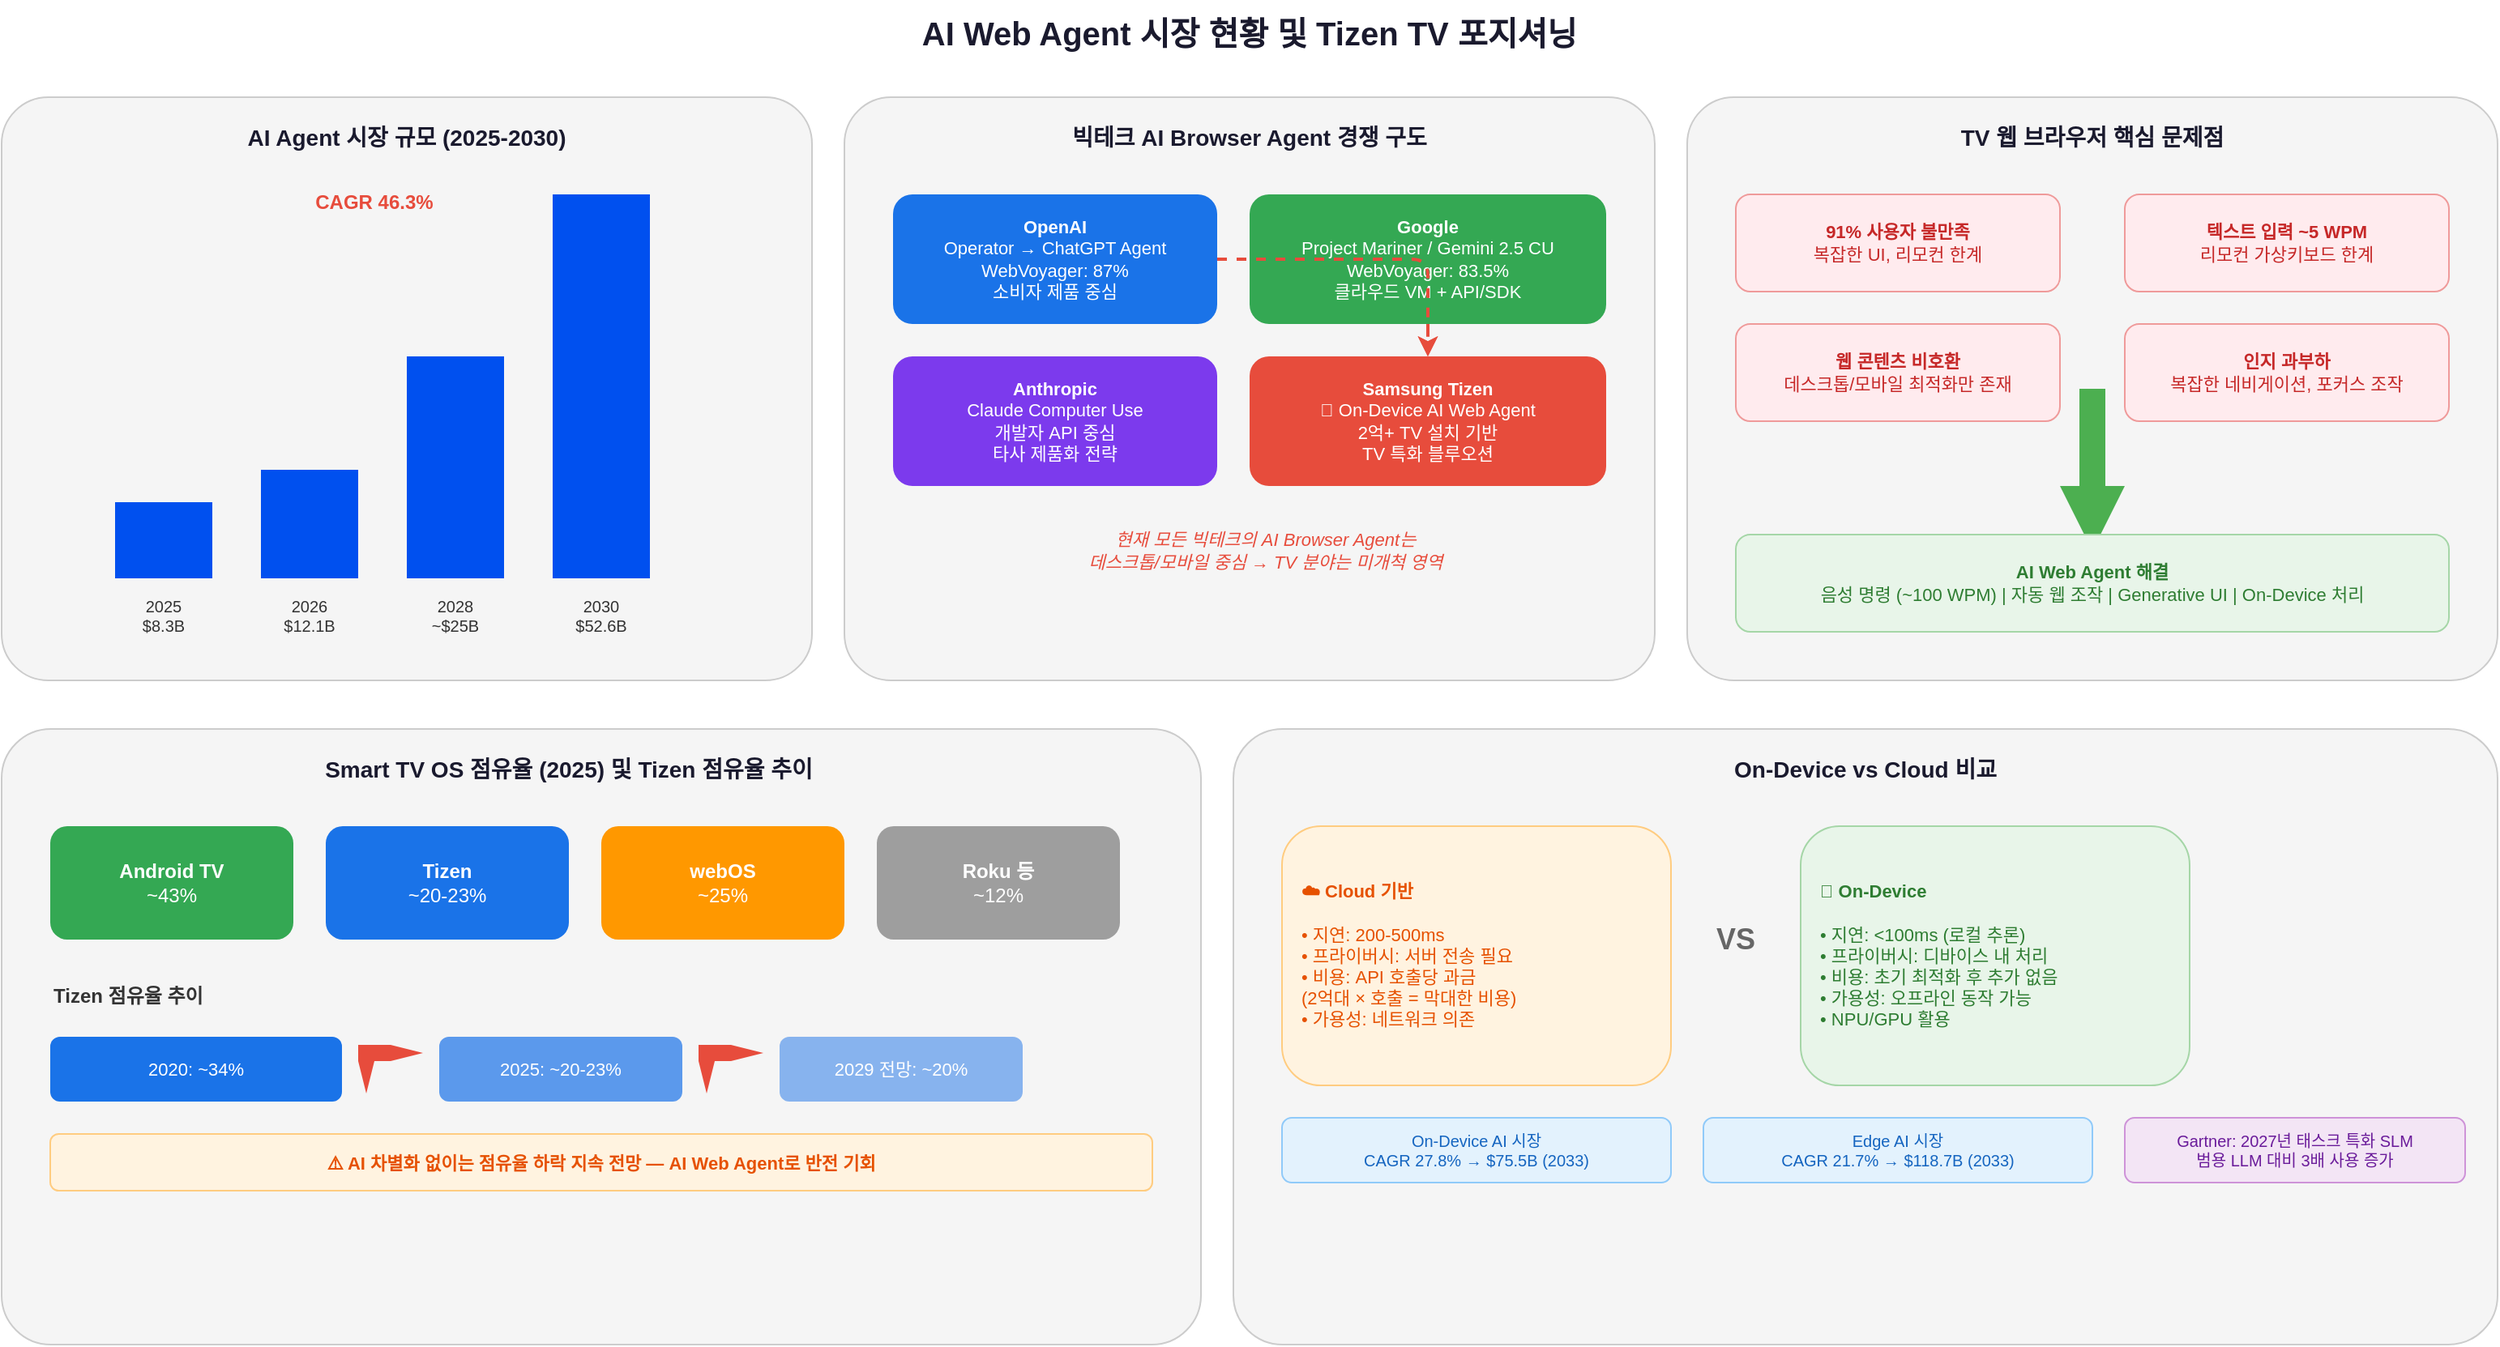
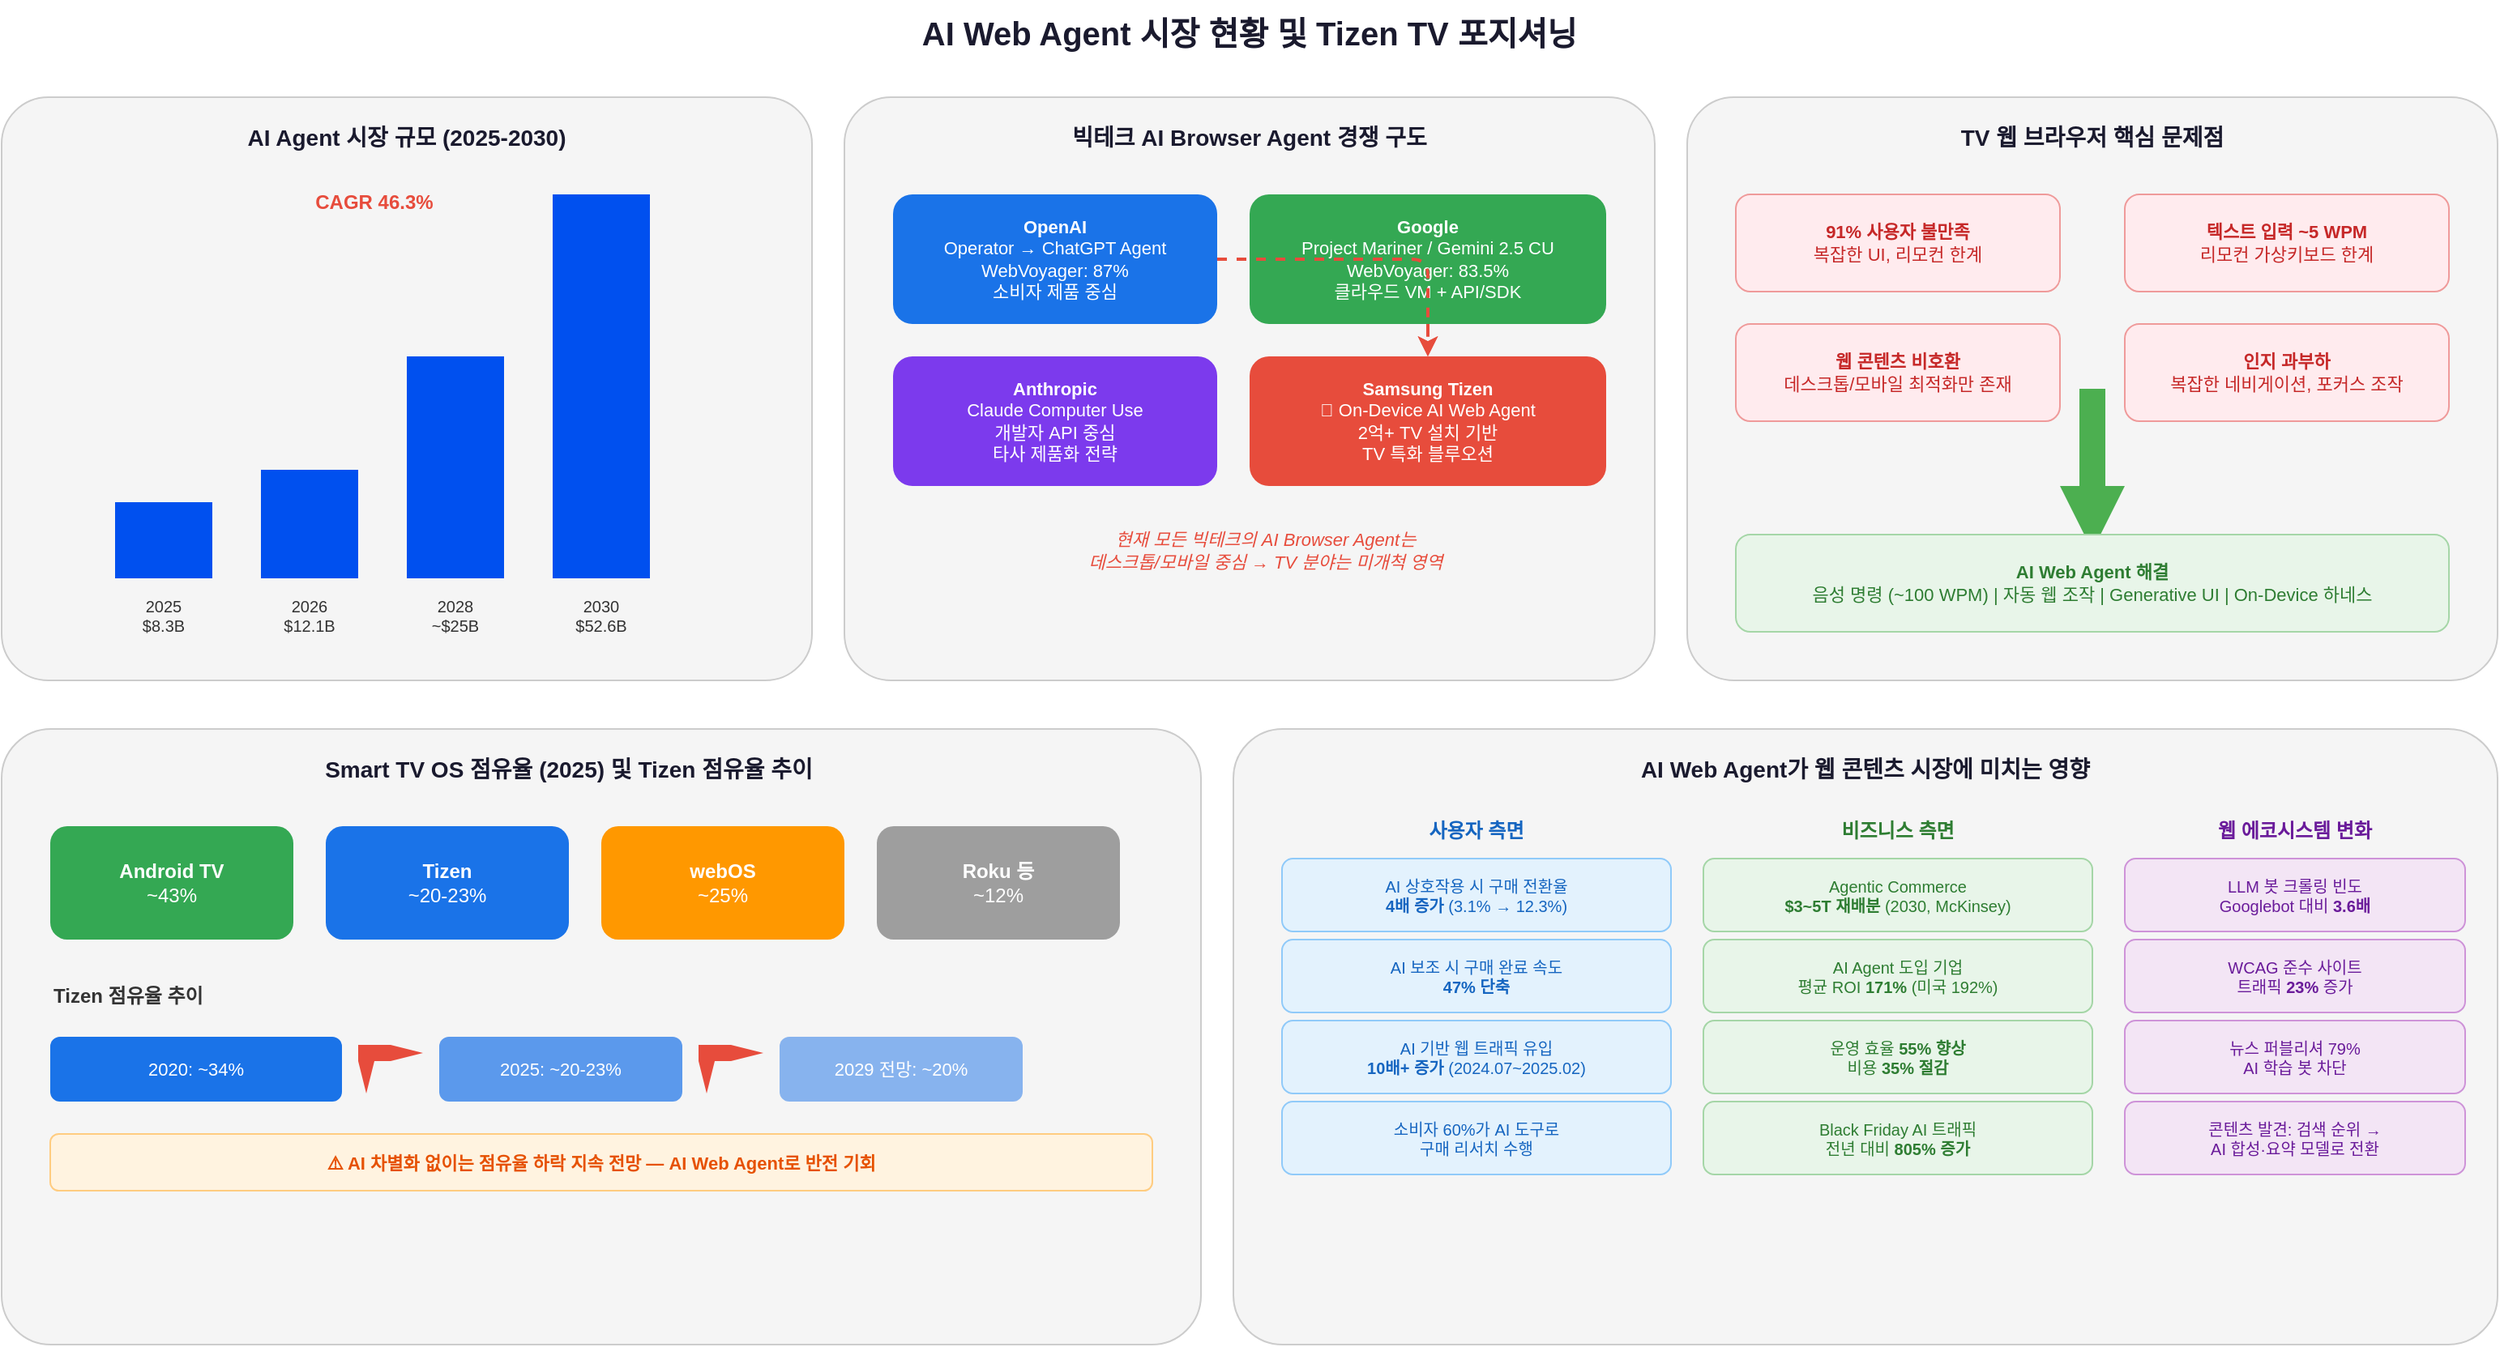
<?xml version="1.0" encoding="UTF-8"?>
<mxfile host="app.diagrams.net" modified="2026-04-16T00:00:00.000Z" agent="draw.io" version="24.0.0" type="device">
  <diagram id="market-landscape" name="AI Web Agent 시장 현황">
    <mxGraphModel dx="1422" dy="762" grid="1" gridSize="10" guides="1" tooltips="1" connect="1" arrows="1" fold="1" page="1" pageScale="1" pageWidth="1600" pageHeight="900" math="0" shadow="0">
      <root>
        <mxCell id="0"/>
        <mxCell id="1" parent="0"/>

        <!-- Title -->
        <mxCell id="title" value="AI Web Agent 시장 현황 및 Tizen TV 포지셔닝" style="text;html=1;strokeColor=none;fillColor=none;align=center;verticalAlign=middle;whiteSpace=wrap;fontSize=20;fontStyle=1;fontColor=#1a1a2e;" vertex="1" parent="1">
          <mxGeometry x="400" y="20" width="800" height="40" as="geometry"/>
        </mxCell>

        <!-- Section 1: AI Agent Market Growth -->
        <mxCell id="section1_bg" value="" style="rounded=1;whiteSpace=wrap;html=1;fillColor=#f5f5f5;strokeColor=#cccccc;arcSize=8;" vertex="1" parent="1">
          <mxGeometry x="30" y="80" width="500" height="360" as="geometry"/>
        </mxCell>
        <mxCell id="section1_title" value="AI Agent 시장 규모 (2025-2030)" style="text;html=1;strokeColor=none;fillColor=none;align=center;verticalAlign=middle;whiteSpace=wrap;fontSize=14;fontStyle=1;fontColor=#1a1a2e;" vertex="1" parent="1">
          <mxGeometry x="130" y="90" width="300" height="30" as="geometry"/>
        </mxCell>

        <!-- Bar chart representation -->
        <mxCell id="bar_2025" value="" style="rounded=0;whiteSpace=wrap;html=1;fillColor=#0050ef;fontColor=#ffffff;strokeColor=none;" vertex="1" parent="1">
          <mxGeometry x="100" y="330" width="60" height="47" as="geometry"/>
        </mxCell>
        <mxCell id="bar_2025_label" value="2025&#xa;$8.3B" style="text;html=1;strokeColor=none;fillColor=none;align=center;verticalAlign=middle;whiteSpace=wrap;fontSize=10;fontColor=#333333;" vertex="1" parent="1">
          <mxGeometry x="90" y="380" width="80" height="40" as="geometry"/>
        </mxCell>

        <mxCell id="bar_2026" value="" style="rounded=0;whiteSpace=wrap;html=1;fillColor=#0050ef;fontColor=#ffffff;strokeColor=none;" vertex="1" parent="1">
          <mxGeometry x="190" y="310" width="60" height="67" as="geometry"/>
        </mxCell>
        <mxCell id="bar_2026_label" value="2026&#xa;$12.1B" style="text;html=1;strokeColor=none;fillColor=none;align=center;verticalAlign=middle;whiteSpace=wrap;fontSize=10;fontColor=#333333;" vertex="1" parent="1">
          <mxGeometry x="180" y="380" width="80" height="40" as="geometry"/>
        </mxCell>

        <mxCell id="bar_2028" value="" style="rounded=0;whiteSpace=wrap;html=1;fillColor=#0050ef;fontColor=#ffffff;strokeColor=none;" vertex="1" parent="1">
          <mxGeometry x="280" y="240" width="60" height="137" as="geometry"/>
        </mxCell>
        <mxCell id="bar_2028_label" value="2028&#xa;~$25B" style="text;html=1;strokeColor=none;fillColor=none;align=center;verticalAlign=middle;whiteSpace=wrap;fontSize=10;fontColor=#333333;" vertex="1" parent="1">
          <mxGeometry x="270" y="380" width="80" height="40" as="geometry"/>
        </mxCell>

        <mxCell id="bar_2030" value="" style="rounded=0;whiteSpace=wrap;html=1;fillColor=#0050ef;fontColor=#ffffff;strokeColor=none;" vertex="1" parent="1">
          <mxGeometry x="370" y="140" width="60" height="237" as="geometry"/>
        </mxCell>
        <mxCell id="bar_2030_label" value="2030&#xa;$52.6B" style="text;html=1;strokeColor=none;fillColor=none;align=center;verticalAlign=middle;whiteSpace=wrap;fontSize=10;fontColor=#333333;" vertex="1" parent="1">
          <mxGeometry x="360" y="380" width="80" height="40" as="geometry"/>
        </mxCell>

        <mxCell id="cagr_label" value="CAGR 46.3%" style="text;html=1;strokeColor=none;fillColor=none;align=center;verticalAlign=middle;whiteSpace=wrap;fontSize=12;fontStyle=1;fontColor=#e74c3c;" vertex="1" parent="1">
          <mxGeometry x="200" y="130" width="120" height="30" as="geometry"/>
        </mxCell>

        <!-- Section 2: Big Tech Competition -->
        <mxCell id="section2_bg" value="" style="rounded=1;whiteSpace=wrap;html=1;fillColor=#f5f5f5;strokeColor=#cccccc;arcSize=8;" vertex="1" parent="1">
          <mxGeometry x="550" y="80" width="500" height="360" as="geometry"/>
        </mxCell>
        <mxCell id="section2_title" value="빅테크 AI Browser Agent 경쟁 구도" style="text;html=1;strokeColor=none;fillColor=none;align=center;verticalAlign=middle;whiteSpace=wrap;fontSize=14;fontStyle=1;fontColor=#1a1a2e;" vertex="1" parent="1">
          <mxGeometry x="650" y="90" width="300" height="30" as="geometry"/>
        </mxCell>

        <!-- OpenAI -->
        <mxCell id="openai" value="&lt;b&gt;OpenAI&lt;/b&gt;&#xa;Operator → ChatGPT Agent&#xa;WebVoyager: 87%&#xa;소비자 제품 중심" style="rounded=1;whiteSpace=wrap;html=1;fillColor=#1a73e8;fontColor=#ffffff;strokeColor=none;fontSize=11;align=center;" vertex="1" parent="1">
          <mxGeometry x="580" y="140" width="200" height="80" as="geometry"/>
        </mxCell>

        <!-- Google -->
        <mxCell id="google" value="&lt;b&gt;Google&lt;/b&gt;&#xa;Project Mariner / Gemini 2.5 CU&#xa;WebVoyager: 83.5%&#xa;클라우드 VM + API/SDK" style="rounded=1;whiteSpace=wrap;html=1;fillColor=#34a853;fontColor=#ffffff;strokeColor=none;fontSize=11;align=center;" vertex="1" parent="1">
          <mxGeometry x="800" y="140" width="220" height="80" as="geometry"/>
        </mxCell>

        <!-- Anthropic -->
        <mxCell id="anthropic" value="&lt;b&gt;Anthropic&lt;/b&gt;&#xa;Claude Computer Use&#xa;개발자 API 중심&#xa;타사 제품화 전략" style="rounded=1;whiteSpace=wrap;html=1;fillColor=#7c3aed;fontColor=#ffffff;strokeColor=none;fontSize=11;align=center;" vertex="1" parent="1">
          <mxGeometry x="580" y="240" width="200" height="80" as="geometry"/>
        </mxCell>

        <!-- Samsung/Tizen Opportunity -->
        <mxCell id="tizen_opp" value="&lt;b&gt;Samsung Tizen&lt;/b&gt;&#xa;🎯 On-Device AI Web Agent&#xa;2억+ TV 설치 기반&#xa;TV 특화 블루오션" style="rounded=1;whiteSpace=wrap;html=1;fillColor=#e74c3c;fontColor=#ffffff;strokeColor=none;fontSize=11;align=center;dashed=1;dashPattern=8 4;" vertex="1" parent="1">
          <mxGeometry x="800" y="240" width="220" height="80" as="geometry"/>
        </mxCell>

        <!-- Arrows showing opportunity -->
        <mxCell id="arrow1" style="edgeStyle=orthogonalEdgeStyle;rounded=1;orthogonalLoop=1;strokeColor=#e74c3c;strokeWidth=2;dashed=1;" edge="1" parent="1" source="openai" target="tizen_opp">
          <mxGeometry relative="1" as="geometry"/>
        </mxCell>
        <mxCell id="arrow2" style="edgeStyle=orthogonalEdgeStyle;rounded=1;orthogonalLoop=1;strokeColor=#e74c3c;strokeWidth=2;dashed=1;" edge="1" parent="1" source="google" target="tizen_opp">
          <mxGeometry relative="1" as="geometry"/>
        </mxCell>

        <!-- Key Insight -->
        <mxCell id="insight" value="현재 모든 빅테크의 AI Browser Agent는&#xa;데스크톱/모바일 중심 → TV 분야는 미개척 영역" style="text;html=1;strokeColor=none;fillColor=none;align=center;verticalAlign=middle;whiteSpace=wrap;fontSize=11;fontStyle=2;fontColor=#e74c3c;" vertex="1" parent="1">
          <mxGeometry x="600" y="340" width="420" height="40" as="geometry"/>
        </mxCell>

        <!-- Section 3: TV Browser Pain Points -->
        <mxCell id="section3_bg" value="" style="rounded=1;whiteSpace=wrap;html=1;fillColor=#f5f5f5;strokeColor=#cccccc;arcSize=8;" vertex="1" parent="1">
          <mxGeometry x="1070" y="80" width="500" height="360" as="geometry"/>
        </mxCell>
        <mxCell id="section3_title" value="TV 웹 브라우저 핵심 문제점" style="text;html=1;strokeColor=none;fillColor=none;align=center;verticalAlign=middle;whiteSpace=wrap;fontSize=14;fontStyle=1;fontColor=#1a1a2e;" vertex="1" parent="1">
          <mxGeometry x="1170" y="90" width="300" height="30" as="geometry"/>
        </mxCell>

        <!-- Pain Point 1 -->
        <mxCell id="pain1" value="&lt;b&gt;91% 사용자 불만족&lt;/b&gt;&#xa;복잡한 UI, 리모컨 한계" style="rounded=1;whiteSpace=wrap;html=1;fillColor=#ffebee;fontColor=#c62828;strokeColor=#ef9a9a;fontSize=11;align=center;" vertex="1" parent="1">
          <mxGeometry x="1100" y="140" width="200" height="60" as="geometry"/>
        </mxCell>

        <!-- Pain Point 2 -->
        <mxCell id="pain2" value="&lt;b&gt;텍스트 입력 ~5 WPM&lt;/b&gt;&#xa;리모컨 가상키보드 한계" style="rounded=1;whiteSpace=wrap;html=1;fillColor=#ffebee;fontColor=#c62828;strokeColor=#ef9a9a;fontSize=11;align=center;" vertex="1" parent="1">
          <mxGeometry x="1340" y="140" width="200" height="60" as="geometry"/>
        </mxCell>

        <!-- Pain Point 3 -->
        <mxCell id="pain3" value="&lt;b&gt;웹 콘텐츠 비호환&lt;/b&gt;&#xa;데스크톱/모바일 최적화만 존재" style="rounded=1;whiteSpace=wrap;html=1;fillColor=#ffebee;fontColor=#c62828;strokeColor=#ef9a9a;fontSize=11;align=center;" vertex="1" parent="1">
          <mxGeometry x="1100" y="220" width="200" height="60" as="geometry"/>
        </mxCell>

        <!-- Pain Point 4 -->
        <mxCell id="pain4" value="&lt;b&gt;인지 과부하&lt;/b&gt;&#xa;복잡한 네비게이션, 포커스 조작" style="rounded=1;whiteSpace=wrap;html=1;fillColor=#ffebee;fontColor=#c62828;strokeColor=#ef9a9a;fontSize=11;align=center;" vertex="1" parent="1">
          <mxGeometry x="1340" y="220" width="200" height="60" as="geometry"/>
        </mxCell>

        <!-- Solution Arrow -->
        <mxCell id="solution_arrow" value="" style="shape=mxgraph.arrows2.arrow;dy=0.6;dx=40;notch=0;fillColor=#4caf50;strokeColor=none;rotation=90;" vertex="1" parent="1">
          <mxGeometry x="1270" y="290" width="100" height="40" as="geometry"/>
        </mxCell>

        <!-- Solution -->
-         <mxCell id="solution" value="&lt;b&gt;AI Web Agent 해결&lt;/b&gt;&#xa;음성 명령 (~100 WPM) | 자동 웹 조작 | Generative UI | On-Device 처리" style="rounded=1;whiteSpace=wrap;html=1;fillColor=#e8f5e9;fontColor=#2e7d32;strokeColor=#a5d6a7;fontSize=11;align=center;" vertex="1" parent="1">
+         <mxCell id="solution" value="&lt;b&gt;AI Web Agent 해결&lt;/b&gt;&#xa;음성 명령 (~100 WPM) | 자동 웹 조작 | Generative UI | On-Device 하네스" style="rounded=1;whiteSpace=wrap;html=1;fillColor=#e8f5e9;fontColor=#2e7d32;strokeColor=#a5d6a7;fontSize=11;align=center;" vertex="1" parent="1">
          <mxGeometry x="1100" y="350" width="440" height="60" as="geometry"/>
        </mxCell>

        <!-- Section 4: Smart TV OS Market Share -->
        <mxCell id="section4_bg" value="" style="rounded=1;whiteSpace=wrap;html=1;fillColor=#f5f5f5;strokeColor=#cccccc;arcSize=8;" vertex="1" parent="1">
          <mxGeometry x="30" y="470" width="740" height="380" as="geometry"/>
        </mxCell>
        <mxCell id="section4_title" value="Smart TV OS 점유율 (2025) 및 Tizen 점유율 추이" style="text;html=1;strokeColor=none;fillColor=none;align=center;verticalAlign=middle;whiteSpace=wrap;fontSize=14;fontStyle=1;fontColor=#1a1a2e;" vertex="1" parent="1">
          <mxGeometry x="130" y="480" width="500" height="30" as="geometry"/>
        </mxCell>

        <!-- Pie chart segments (simplified as boxes) -->
        <mxCell id="os_android" value="&lt;b&gt;Android TV&lt;/b&gt;&#xa;~43%" style="rounded=1;whiteSpace=wrap;html=1;fillColor=#34a853;fontColor=#ffffff;strokeColor=none;fontSize=12;align=center;" vertex="1" parent="1">
          <mxGeometry x="60" y="530" width="150" height="70" as="geometry"/>
        </mxCell>
        <mxCell id="os_tizen" value="&lt;b&gt;Tizen&lt;/b&gt;&#xa;~20-23%" style="rounded=1;whiteSpace=wrap;html=1;fillColor=#1a73e8;fontColor=#ffffff;strokeColor=none;fontSize=12;align=center;" vertex="1" parent="1">
          <mxGeometry x="230" y="530" width="150" height="70" as="geometry"/>
        </mxCell>
        <mxCell id="os_webos" value="&lt;b&gt;webOS&lt;/b&gt;&#xa;~25%" style="rounded=1;whiteSpace=wrap;html=1;fillColor=#ff9800;fontColor=#ffffff;strokeColor=none;fontSize=12;align=center;" vertex="1" parent="1">
          <mxGeometry x="400" y="530" width="150" height="70" as="geometry"/>
        </mxCell>
        <mxCell id="os_roku" value="&lt;b&gt;Roku 등&lt;/b&gt;&#xa;~12%" style="rounded=1;whiteSpace=wrap;html=1;fillColor=#9e9e9e;fontColor=#ffffff;strokeColor=none;fontSize=12;align=center;" vertex="1" parent="1">
          <mxGeometry x="570" y="530" width="150" height="70" as="geometry"/>
        </mxCell>

        <!-- Tizen trend -->
        <mxCell id="trend_title" value="Tizen 점유율 추이" style="text;html=1;strokeColor=none;fillColor=none;align=left;verticalAlign=middle;whiteSpace=wrap;fontSize=12;fontStyle=1;fontColor=#333333;" vertex="1" parent="1">
          <mxGeometry x="60" y="620" width="200" height="30" as="geometry"/>
        </mxCell>
        <mxCell id="trend_2020" value="2020: ~34%" style="rounded=1;whiteSpace=wrap;html=1;fillColor=#1a73e8;fontColor=#ffffff;strokeColor=none;fontSize=11;" vertex="1" parent="1">
          <mxGeometry x="60" y="660" width="180" height="40" as="geometry"/>
        </mxCell>
        <mxCell id="trend_arrow1" value="" style="shape=mxgraph.arrows2.bendDoubleArrow;dy=5;dx=20;arrowHead=10;rounded=0;fillColor=#e74c3c;strokeColor=none;rotation=0;" vertex="1" parent="1">
          <mxGeometry x="250" y="665" width="40" height="30" as="geometry"/>
        </mxCell>
        <mxCell id="trend_2025" value="2025: ~20-23%" style="rounded=1;whiteSpace=wrap;html=1;fillColor=#1a73e8;fontColor=#ffffff;strokeColor=none;fontSize=11;opacity=70;" vertex="1" parent="1">
          <mxGeometry x="300" y="660" width="150" height="40" as="geometry"/>
        </mxCell>
        <mxCell id="trend_arrow2" value="" style="shape=mxgraph.arrows2.bendDoubleArrow;dy=5;dx=20;arrowHead=10;rounded=0;fillColor=#e74c3c;strokeColor=none;rotation=0;" vertex="1" parent="1">
          <mxGeometry x="460" y="665" width="40" height="30" as="geometry"/>
        </mxCell>
        <mxCell id="trend_2029" value="2029 전망: ~20%" style="rounded=1;whiteSpace=wrap;html=1;fillColor=#1a73e8;fontColor=#ffffff;strokeColor=none;fontSize=11;opacity=50;" vertex="1" parent="1">
          <mxGeometry x="510" y="660" width="150" height="40" as="geometry"/>
        </mxCell>

        <mxCell id="trend_insight" value="⚠️ AI 차별화 없이는 점유율 하락 지속 전망 — AI Web Agent로 반전 기회" style="text;html=1;strokeColor=none;fillColor=#fff3e0;align=center;verticalAlign=middle;whiteSpace=wrap;fontSize=11;fontStyle=1;fontColor=#e65100;rounded=1;strokeColor=#ffcc80;" vertex="1" parent="1">
          <mxGeometry x="60" y="720" width="680" height="35" as="geometry"/>
        </mxCell>

-         <!-- Section 5: On-Device vs Cloud -->
+         <!-- Section 5: AI Web Agent 웹 콘텐츠 시장 영향 -->
        <mxCell id="section5_bg" value="" style="rounded=1;whiteSpace=wrap;html=1;fillColor=#f5f5f5;strokeColor=#cccccc;arcSize=8;" vertex="1" parent="1">
          <mxGeometry x="790" y="470" width="780" height="380" as="geometry"/>
        </mxCell>
-         <mxCell id="section5_title" value="On-Device vs Cloud 비교" style="text;html=1;strokeColor=none;fillColor=none;align=center;verticalAlign=middle;whiteSpace=wrap;fontSize=14;fontStyle=1;fontColor=#1a1a2e;" vertex="1" parent="1">
-           <mxGeometry x="1030" y="480" width="300" height="30" as="geometry"/>
-         </mxCell>
- 
-         <!-- Cloud -->
-         <mxCell id="cloud_box" value="&lt;b&gt;☁️ Cloud 기반&lt;/b&gt;&#xa;&#xa;• 지연: 200-500ms&#xa;• 프라이버시: 서버 전송 필요&#xa;• 비용: API 호출당 과금&#xa;  (2억대 × 호출 = 막대한 비용)&#xa;• 가용성: 네트워크 의존" style="rounded=1;whiteSpace=wrap;html=1;fillColor=#fff3e0;fontColor=#e65100;strokeColor=#ffcc80;fontSize=11;align=left;spacingLeft=10;" vertex="1" parent="1">
-           <mxGeometry x="820" y="530" width="240" height="160" as="geometry"/>
-         </mxCell>
- 
-         <!-- VS -->
-         <mxCell id="vs_label" value="VS" style="text;html=1;strokeColor=none;fillColor=none;align=center;verticalAlign=middle;whiteSpace=wrap;fontSize=18;fontStyle=1;fontColor=#666666;" vertex="1" parent="1">
-           <mxGeometry x="1070" y="580" width="60" height="40" as="geometry"/>
-         </mxCell>
- 
-         <!-- On-Device -->
-         <mxCell id="ondevice_box" value="&lt;b&gt;📱 On-Device&lt;/b&gt;&#xa;&#xa;• 지연: &lt;100ms (로컬 추론)&#xa;• 프라이버시: 디바이스 내 처리&#xa;• 비용: 초기 최적화 후 추가 없음&#xa;• 가용성: 오프라인 동작 가능&#xa;• NPU/GPU 활용" style="rounded=1;whiteSpace=wrap;html=1;fillColor=#e8f5e9;fontColor=#2e7d32;strokeColor=#a5d6a7;fontSize=11;align=left;spacingLeft=10;" vertex="1" parent="1">
-           <mxGeometry x="1140" y="530" width="240" height="160" as="geometry"/>
-         </mxCell>
- 
-         <!-- Market size callouts -->
-         <mxCell id="market1" value="On-Device AI 시장&#xa;CAGR 27.8% → $75.5B (2033)" style="rounded=1;whiteSpace=wrap;html=1;fillColor=#e3f2fd;fontColor=#1565c0;strokeColor=#90caf9;fontSize=10;align=center;" vertex="1" parent="1">
-           <mxGeometry x="820" y="710" width="240" height="40" as="geometry"/>
-         </mxCell>
-         <mxCell id="market2" value="Edge AI 시장&#xa;CAGR 21.7% → $118.7B (2033)" style="rounded=1;whiteSpace=wrap;html=1;fillColor=#e3f2fd;fontColor=#1565c0;strokeColor=#90caf9;fontSize=10;align=center;" vertex="1" parent="1">
-           <mxGeometry x="1080" y="710" width="240" height="40" as="geometry"/>
-         </mxCell>
-         <mxCell id="market3" value="Gartner: 2027년 태스크 특화 SLM&#xa;범용 LLM 대비 3배 사용 증가" style="rounded=1;whiteSpace=wrap;html=1;fillColor=#f3e5f5;fontColor=#6a1b9a;strokeColor=#ce93d8;fontSize=10;align=center;" vertex="1" parent="1">
-           <mxGeometry x="1340" y="710" width="210" height="40" as="geometry"/>
+         <mxCell id="section5_title" value="AI Web Agent가 웹 콘텐츠 시장에 미치는 영향" style="text;html=1;strokeColor=none;fillColor=none;align=center;verticalAlign=middle;whiteSpace=wrap;fontSize=14;fontStyle=1;fontColor=#1a1a2e;" vertex="1" parent="1">
+           <mxGeometry x="930" y="480" width="500" height="30" as="geometry"/>
+         </mxCell>
+ 
+         <!-- User Impact -->
+         <mxCell id="user_impact" value="&lt;b&gt;사용자 측면&lt;/b&gt;" style="text;html=1;strokeColor=none;fillColor=none;align=center;verticalAlign=middle;whiteSpace=wrap;fontSize=12;fontStyle=1;fontColor=#1565c0;" vertex="1" parent="1">
+           <mxGeometry x="820" y="520" width="240" height="25" as="geometry"/>
+         </mxCell>
+         <mxCell id="user_stat1" value="AI 상호작용 시 구매 전환율&#xa;&lt;b&gt;4배 증가&lt;/b&gt; (3.1% → 12.3%)" style="rounded=1;whiteSpace=wrap;html=1;fillColor=#e3f2fd;fontColor=#1565c0;strokeColor=#90caf9;fontSize=10;align=center;" vertex="1" parent="1">
+           <mxGeometry x="820" y="550" width="240" height="45" as="geometry"/>
+         </mxCell>
+         <mxCell id="user_stat2" value="AI 보조 시 구매 완료 속도&#xa;&lt;b&gt;47% 단축&lt;/b&gt;" style="rounded=1;whiteSpace=wrap;html=1;fillColor=#e3f2fd;fontColor=#1565c0;strokeColor=#90caf9;fontSize=10;align=center;" vertex="1" parent="1">
+           <mxGeometry x="820" y="600" width="240" height="45" as="geometry"/>
+         </mxCell>
+         <mxCell id="user_stat3" value="AI 기반 웹 트래픽 유입&#xa;&lt;b&gt;10배+ 증가&lt;/b&gt; (2024.07~2025.02)" style="rounded=1;whiteSpace=wrap;html=1;fillColor=#e3f2fd;fontColor=#1565c0;strokeColor=#90caf9;fontSize=10;align=center;" vertex="1" parent="1">
+           <mxGeometry x="820" y="650" width="240" height="45" as="geometry"/>
+         </mxCell>
+         <mxCell id="user_stat4" value="소비자 60%가 AI 도구로&#xa;구매 리서치 수행" style="rounded=1;whiteSpace=wrap;html=1;fillColor=#e3f2fd;fontColor=#1565c0;strokeColor=#90caf9;fontSize=10;align=center;" vertex="1" parent="1">
+           <mxGeometry x="820" y="700" width="240" height="45" as="geometry"/>
+         </mxCell>
+ 
+         <!-- Business Impact -->
+         <mxCell id="biz_impact" value="&lt;b&gt;비즈니스 측면&lt;/b&gt;" style="text;html=1;strokeColor=none;fillColor=none;align=center;verticalAlign=middle;whiteSpace=wrap;fontSize=12;fontStyle=1;fontColor=#2e7d32;" vertex="1" parent="1">
+           <mxGeometry x="1080" y="520" width="240" height="25" as="geometry"/>
+         </mxCell>
+         <mxCell id="biz_stat1" value="Agentic Commerce&#xa;&lt;b&gt;$3~5T 재배분&lt;/b&gt; (2030, McKinsey)" style="rounded=1;whiteSpace=wrap;html=1;fillColor=#e8f5e9;fontColor=#2e7d32;strokeColor=#a5d6a7;fontSize=10;align=center;" vertex="1" parent="1">
+           <mxGeometry x="1080" y="550" width="240" height="45" as="geometry"/>
+         </mxCell>
+         <mxCell id="biz_stat2" value="AI Agent 도입 기업&#xa;평균 ROI &lt;b&gt;171%&lt;/b&gt; (미국 192%)" style="rounded=1;whiteSpace=wrap;html=1;fillColor=#e8f5e9;fontColor=#2e7d32;strokeColor=#a5d6a7;fontSize=10;align=center;" vertex="1" parent="1">
+           <mxGeometry x="1080" y="600" width="240" height="45" as="geometry"/>
+         </mxCell>
+         <mxCell id="biz_stat3" value="운영 효율 &lt;b&gt;55% 향상&lt;/b&gt;&#xa;비용 &lt;b&gt;35% 절감&lt;/b&gt;" style="rounded=1;whiteSpace=wrap;html=1;fillColor=#e8f5e9;fontColor=#2e7d32;strokeColor=#a5d6a7;fontSize=10;align=center;" vertex="1" parent="1">
+           <mxGeometry x="1080" y="650" width="240" height="45" as="geometry"/>
+         </mxCell>
+         <mxCell id="biz_stat4" value="Black Friday AI 트래픽&#xa;전년 대비 &lt;b&gt;805% 증가&lt;/b&gt;" style="rounded=1;whiteSpace=wrap;html=1;fillColor=#e8f5e9;fontColor=#2e7d32;strokeColor=#a5d6a7;fontSize=10;align=center;" vertex="1" parent="1">
+           <mxGeometry x="1080" y="700" width="240" height="45" as="geometry"/>
+         </mxCell>
+ 
+         <!-- Web Ecosystem Change -->
+         <mxCell id="eco_impact" value="&lt;b&gt;웹 에코시스템 변화&lt;/b&gt;" style="text;html=1;strokeColor=none;fillColor=none;align=center;verticalAlign=middle;whiteSpace=wrap;fontSize=12;fontStyle=1;fontColor=#6a1b9a;" vertex="1" parent="1">
+           <mxGeometry x="1340" y="520" width="210" height="25" as="geometry"/>
+         </mxCell>
+         <mxCell id="eco_stat1" value="LLM 봇 크롤링 빈도&#xa;Googlebot 대비 &lt;b&gt;3.6배&lt;/b&gt;" style="rounded=1;whiteSpace=wrap;html=1;fillColor=#f3e5f5;fontColor=#6a1b9a;strokeColor=#ce93d8;fontSize=10;align=center;" vertex="1" parent="1">
+           <mxGeometry x="1340" y="550" width="210" height="45" as="geometry"/>
+         </mxCell>
+         <mxCell id="eco_stat2" value="WCAG 준수 사이트&#xa;트래픽 &lt;b&gt;23%&lt;/b&gt; 증가" style="rounded=1;whiteSpace=wrap;html=1;fillColor=#f3e5f5;fontColor=#6a1b9a;strokeColor=#ce93d8;fontSize=10;align=center;" vertex="1" parent="1">
+           <mxGeometry x="1340" y="600" width="210" height="45" as="geometry"/>
+         </mxCell>
+         <mxCell id="eco_stat3" value="뉴스 퍼블리셔 79%&#xa;AI 학습 봇 차단" style="rounded=1;whiteSpace=wrap;html=1;fillColor=#f3e5f5;fontColor=#6a1b9a;strokeColor=#ce93d8;fontSize=10;align=center;" vertex="1" parent="1">
+           <mxGeometry x="1340" y="650" width="210" height="45" as="geometry"/>
+         </mxCell>
+         <mxCell id="eco_stat4" value="콘텐츠 발견: 검색 순위 →&#xa;AI 합성·요약 모델로 전환" style="rounded=1;whiteSpace=wrap;html=1;fillColor=#f3e5f5;fontColor=#6a1b9a;strokeColor=#ce93d8;fontSize=10;align=center;" vertex="1" parent="1">
+           <mxGeometry x="1340" y="700" width="210" height="45" as="geometry"/>
        </mxCell>

      </root>
    </mxGraphModel>
  </diagram>
</mxfile>
